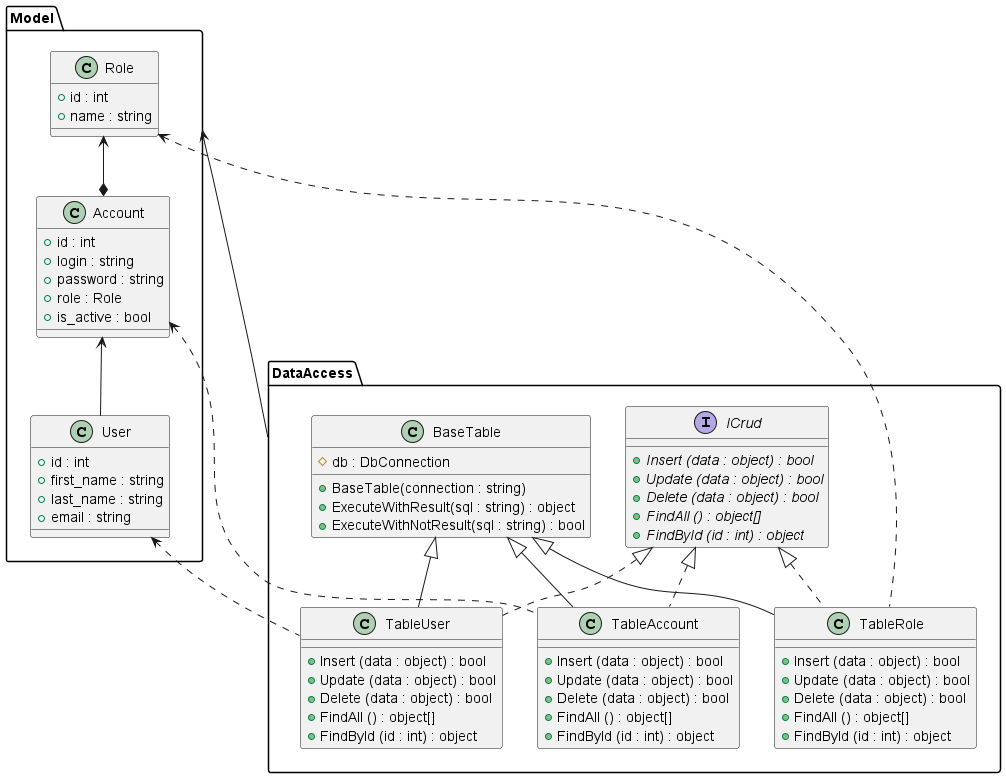
This is DapperDemo.Model/class_diagram.png from anst-foto/DapperDemo, a PlantUML export, as it was before one commit.
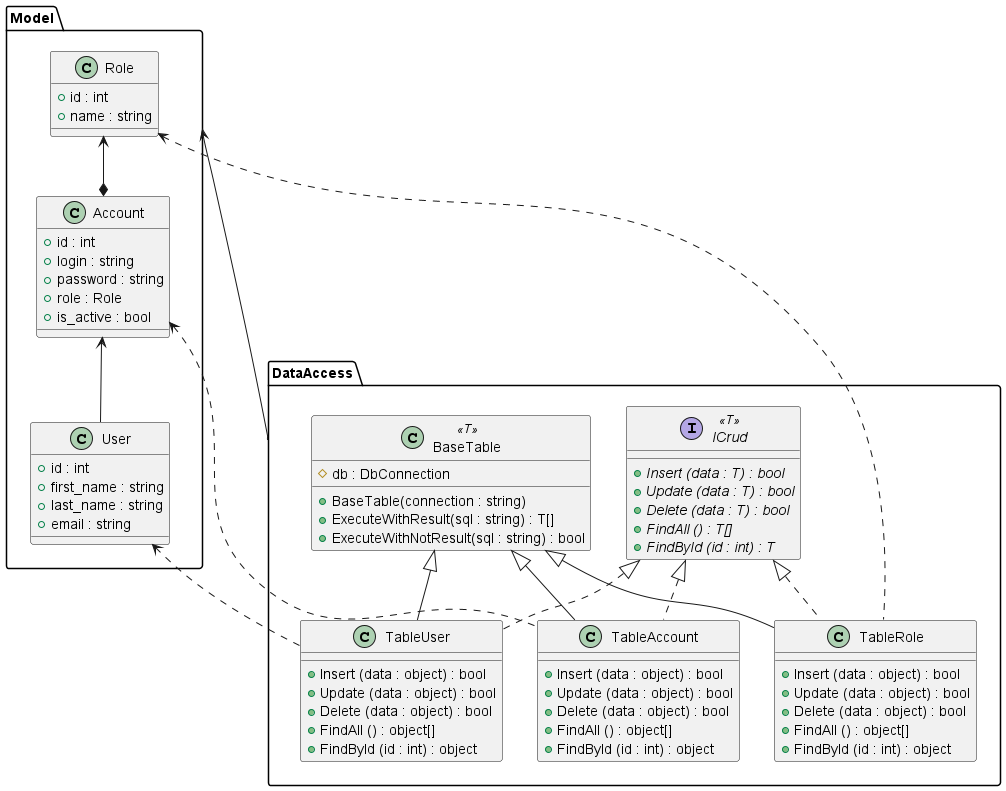
After the commit.

Commit message:
Обновление диаграммы классов

What changed in the source:
```diff
@@ -25,18 +25,18 @@
 
 Model <-- DataAccess
 package DataAccess {
-    interface ICrud {
-        + {abstract} Insert (data : object) : bool
-        + {abstract} Update (data : object) : bool
-        + {abstract} Delete (data : object) : bool
-        + {abstract} FindAll () : object[]
-        + {abstract} FindById (id : int) : object
+    interface ICrud<<T>> {
+        + {abstract} Insert (data : T) : bool
+        + {abstract} Update (data : T) : bool
+        + {abstract} Delete (data : T) : bool
+        + {abstract} FindAll () : T[]
+        + {abstract} FindById (id : int) : T
     }
 
-    class BaseTable {
+    class BaseTable<<T>> {
         # db : DbConnection
         + BaseTable(connection : string)
-        + ExecuteWithResult(sql : string) : object
+        + ExecuteWithResult(sql : string) : T[]
         + ExecuteWithNotResult(sql : string) : bool
     }
 
```
